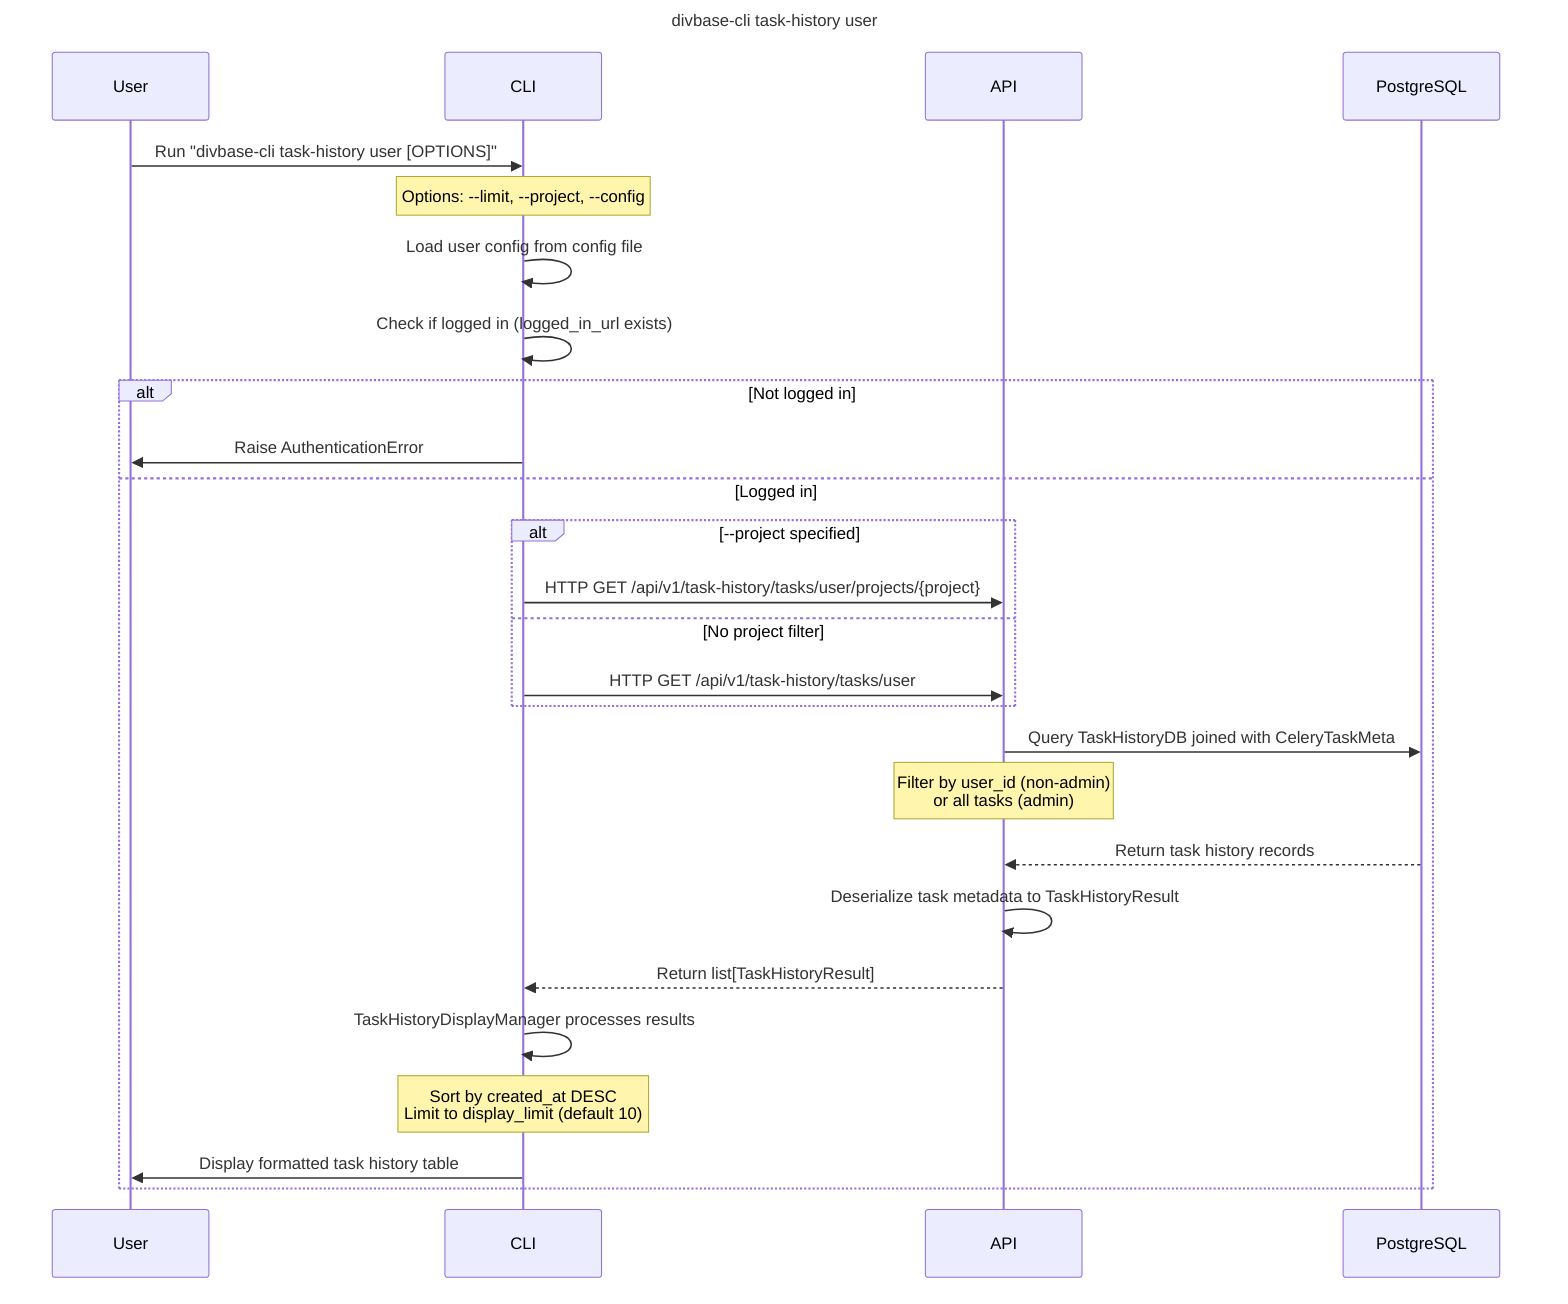
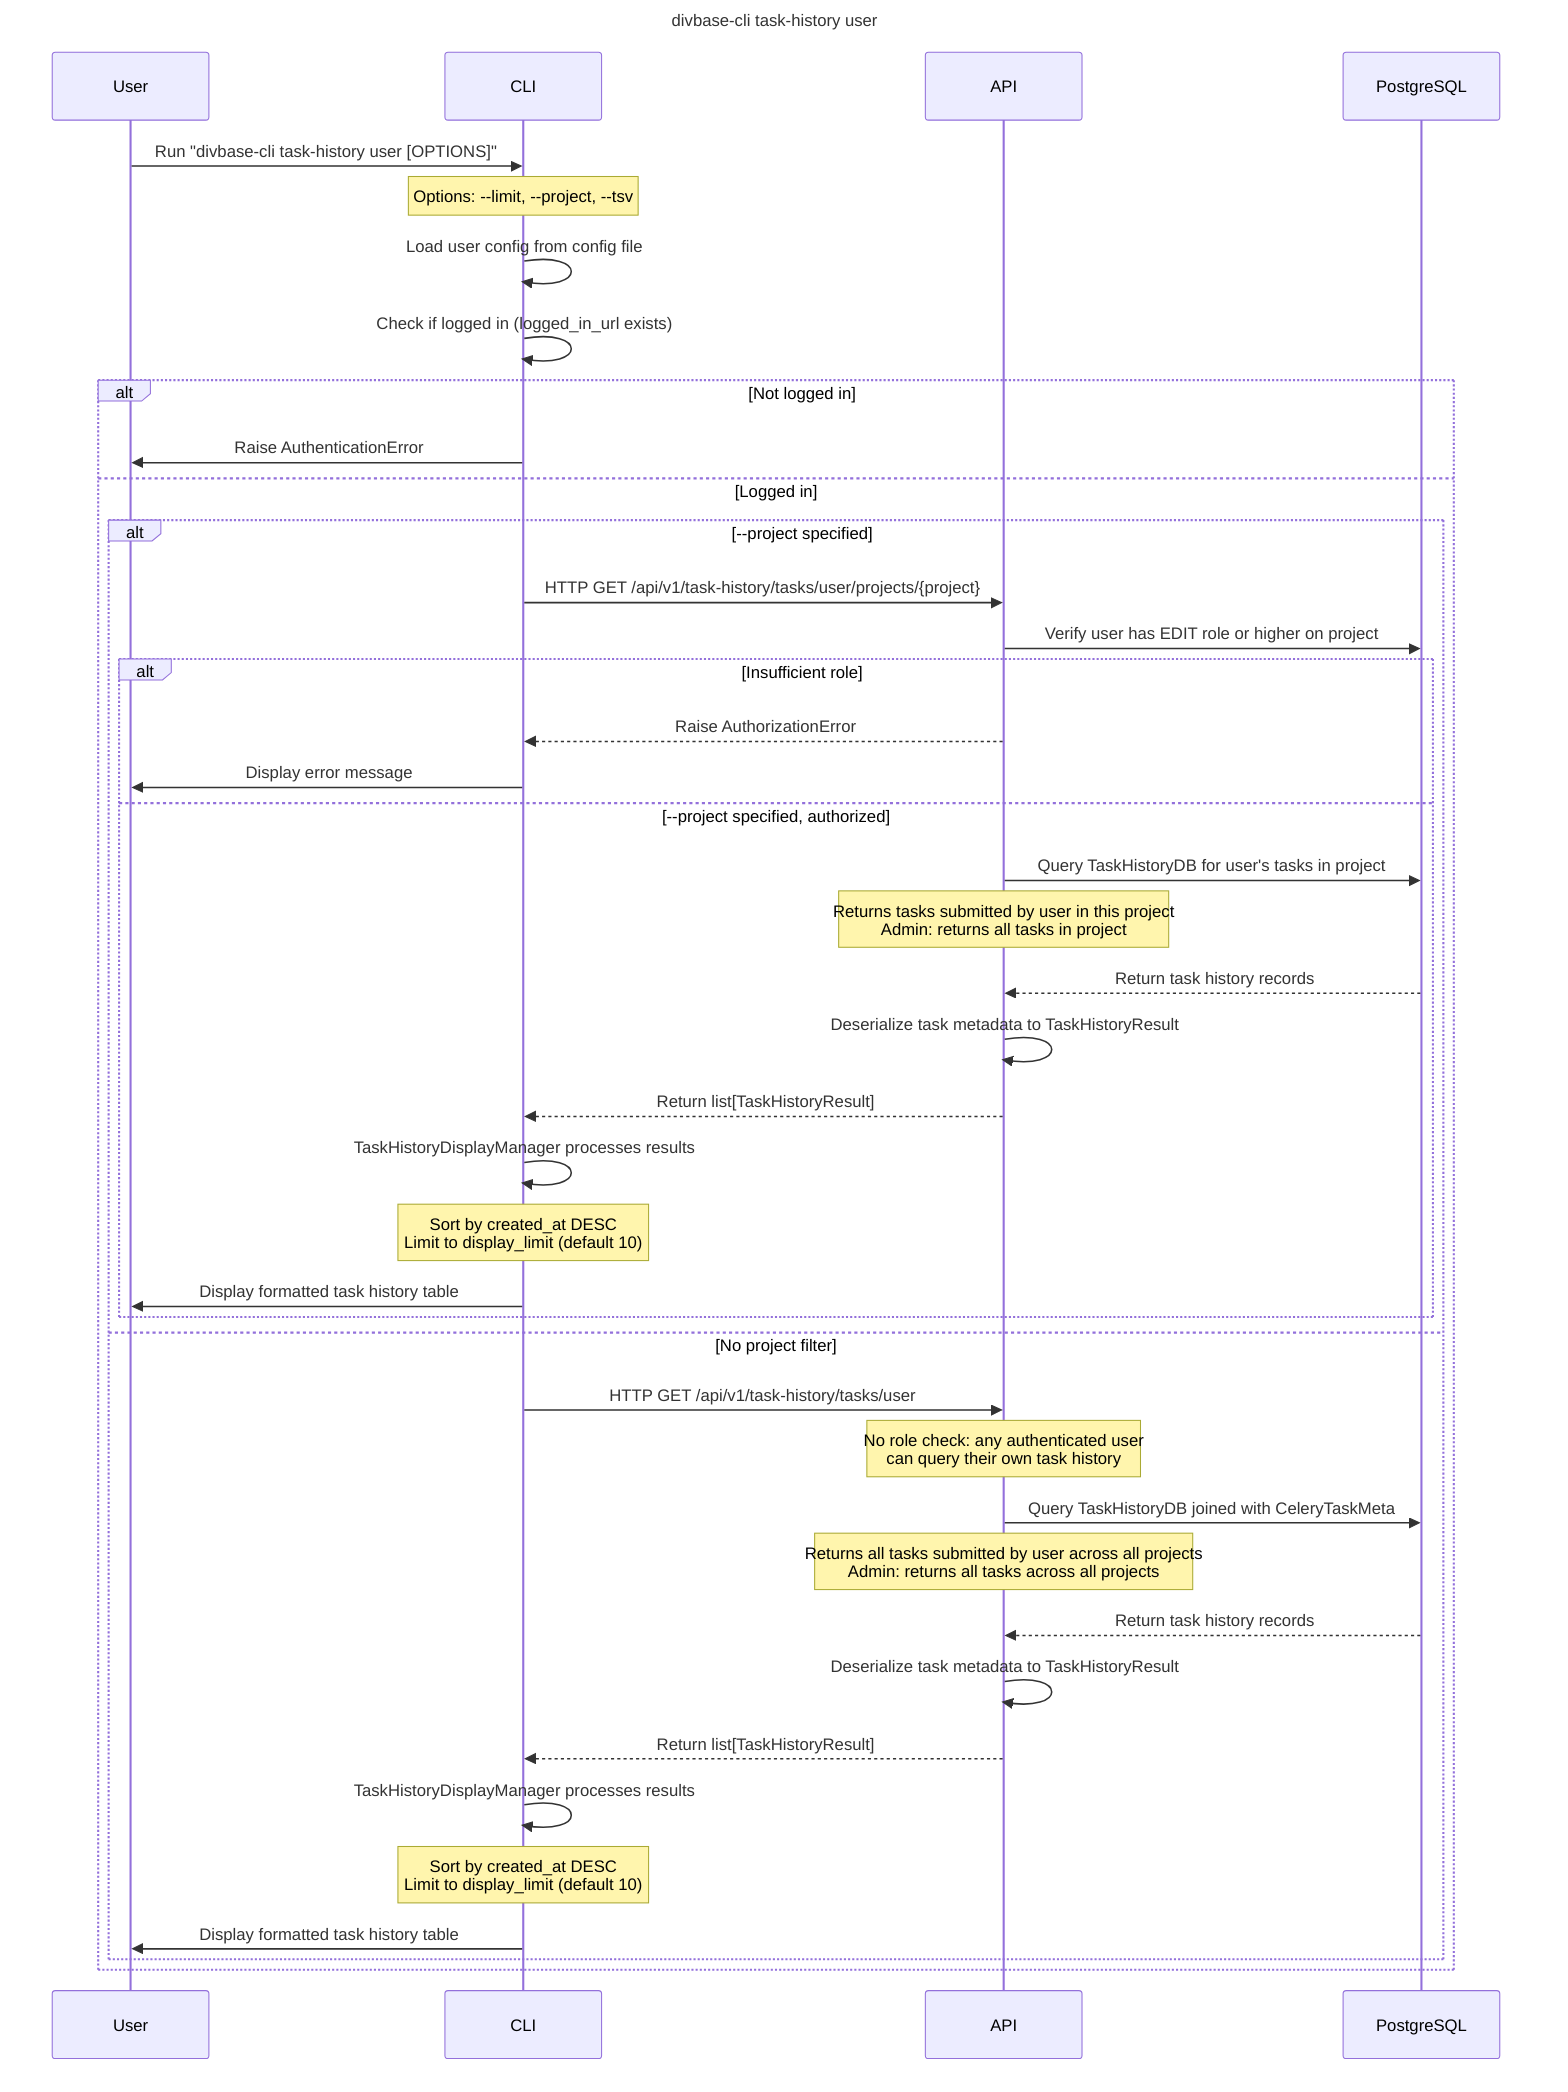
sequenceDiagram
    title divbase-cli task-history user
    participant User
    participant CLI
    participant API
    participant DB as PostgreSQL

    User->>CLI: Run "divbase-cli task-history user [OPTIONS]"
-     Note over CLI: Options: --limit, --project, --config
+     Note over CLI: Options: --limit, --project, --tsv

    CLI->>CLI: Load user config from config file
    CLI->>CLI: Check if logged in (logged_in_url exists)

    alt Not logged in
        CLI->>User: Raise AuthenticationError
    else Logged in
        alt --project specified
            CLI->>API: HTTP GET /api/v1/task-history/tasks/user/projects/{project}
+ 
+             API->>DB: Verify user has EDIT role or higher on project
+             alt Insufficient role
+                 API-->>CLI: Raise AuthorizationError
+                 CLI->>User: Display error message
+             else --project specified, authorized
+                 API->>DB: Query TaskHistoryDB for user's tasks in project
+                 Note over API: Returns tasks submitted by user in this project<br/>Admin: returns all tasks in project
+                 DB-->>API: Return task history records
+ 
+                 API->>API: Deserialize task metadata to TaskHistoryResult
+                 API-->>CLI: Return list[TaskHistoryResult]
+ 
+                 CLI->>CLI: TaskHistoryDisplayManager processes results
+                 Note over CLI: Sort by created_at DESC<br/>Limit to display_limit (default 10)
+                 CLI->>User: Display formatted task history table
+             end
        else No project filter
            CLI->>API: HTTP GET /api/v1/task-history/tasks/user
+             Note over API: No role check: any authenticated user<br/>can query their own task history
+ 
+             API->>DB: Query TaskHistoryDB joined with CeleryTaskMeta
+             Note over API: Returns all tasks submitted by user across all projects<br/>Admin: returns all tasks across all projects
+             DB-->>API: Return task history records
+ 
+             API->>API: Deserialize task metadata to TaskHistoryResult
+             API-->>CLI: Return list[TaskHistoryResult]
+ 
+             CLI->>CLI: TaskHistoryDisplayManager processes results
+             Note over CLI: Sort by created_at DESC<br/>Limit to display_limit (default 10)
+             CLI->>User: Display formatted task history table
        end
- 
-         API->>DB: Query TaskHistoryDB joined with CeleryTaskMeta
-         Note over API: Filter by user_id (non-admin)<br/>or all tasks (admin)
-         DB-->>API: Return task history records
- 
-         API->>API: Deserialize task metadata to TaskHistoryResult
-         API-->>CLI: Return list[TaskHistoryResult]
- 
-         CLI->>CLI: TaskHistoryDisplayManager processes results
-         Note over CLI: Sort by created_at DESC<br/>Limit to display_limit (default 10)
-         CLI->>User: Display formatted task history table
    end

%% Exported to dark theme SVG with:
%% mmdc -i docs/assets/diagrams/task_history_user_sequence_diagram.mermaid \
%%      -o docs/assets/diagrams/task_history_user_sequence_diagram.svg \
%%      -t dark \
%%      --backgroundColor "#22272e"
